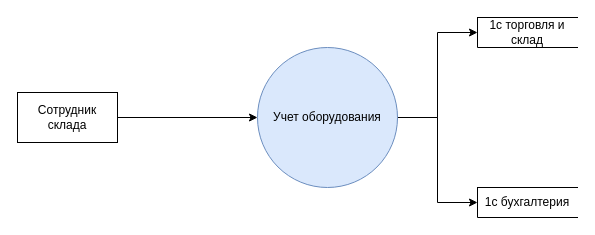
Earlier version of the draw.io diagram Task1/equipment_accounting_DFD.drawio (bogdan-r/architecture-medikamente). Source tidied: cells renumbered, new cells numbered last; positions are measured from the earlier drawing's top-left corner, leaving out a move shared by most shapes. Both pictures are drawn from the tidied source at 100%, with x=0, y=0 at pixel (17, 17).
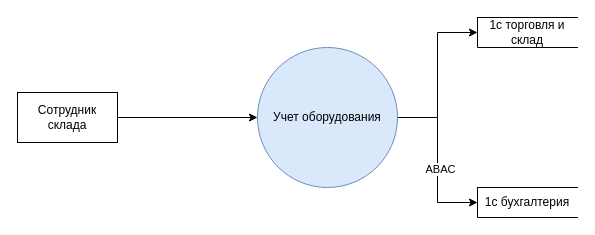
The same page after the edit.

What changed in the source:
```diff
@@
 <mxGraphModel>
   <root>
     <mxCell id="0" />
     <mxCell id="1" parent="0" />
     <mxCell id="2" style="edgeStyle=orthogonalEdgeStyle;rounded=0;jettySize=auto;html=1;exitX=1;exitY=0.5;exitDx=0;exitDy=0;entryX=0;entryY=0.5;entryDx=0;entryDy=0;" parent="1" edge="1" source="4" target="7">
       <mxGeometry relative="1" as="geometry" />
     </mxCell>
     <mxCell id="3" style="edgeStyle=orthogonalEdgeStyle;rounded=0;jettySize=auto;html=1;exitX=1;exitY=0.5;exitDx=0;exitDy=0;entryX=0;entryY=0.5;entryDx=0;entryDy=0;" parent="1" edge="1" source="4" target="8">
       <mxGeometry relative="1" as="geometry" />
     </mxCell>
+    <mxCell id="9" value="ABAC" style="edgeLabel;html=1;align=center;verticalAlign=middle;" parent="3" vertex="1">
+      <mxGeometry x="0.1" y="2" relative="1" as="geometry" />
+    </mxCell>
     <mxCell id="4" value="Учет оборудования" style="shape=ellipse;html=1;dashed=0;whiteSpace=wrap;perimeter=ellipsePerimeter;fillColor=#dae8fc;strokeColor=#6c8ebf;" parent="1" vertex="1">
       <mxGeometry x="240" y="30" width="140" height="140" as="geometry" />
     </mxCell>
     <mxCell id="5" style="edgeStyle=orthogonalEdgeStyle;rounded=0;jettySize=auto;html=1;exitX=1;exitY=0.5;exitDx=0;exitDy=0;entryX=0;entryY=0.5;entryDx=0;entryDy=0;" parent="1" edge="1" source="6" target="4">
       <mxGeometry relative="1" as="geometry" />
     </mxCell>
     <mxCell id="6" value="Сотрудник склада" style="html=1;dashed=0;whiteSpace=wrap;" parent="1" vertex="1">
       <mxGeometry y="75" width="100" height="50" as="geometry" />
     </mxCell>
     <mxCell id="7" value="1с торговля и склад" style="html=1;dashed=0;whiteSpace=wrap;shape=partialRectangle;right=0;" parent="1" vertex="1">
       <mxGeometry x="460" width="100" height="30" as="geometry" />
     </mxCell>
     <mxCell id="8" value="1с бухгалтерия" style="html=1;dashed=0;whiteSpace=wrap;shape=partialRectangle;right=0;" parent="1" vertex="1">
       <mxGeometry x="460" y="170" width="100" height="30" as="geometry" />
     </mxCell>
   </root>
 </mxGraphModel>
```
